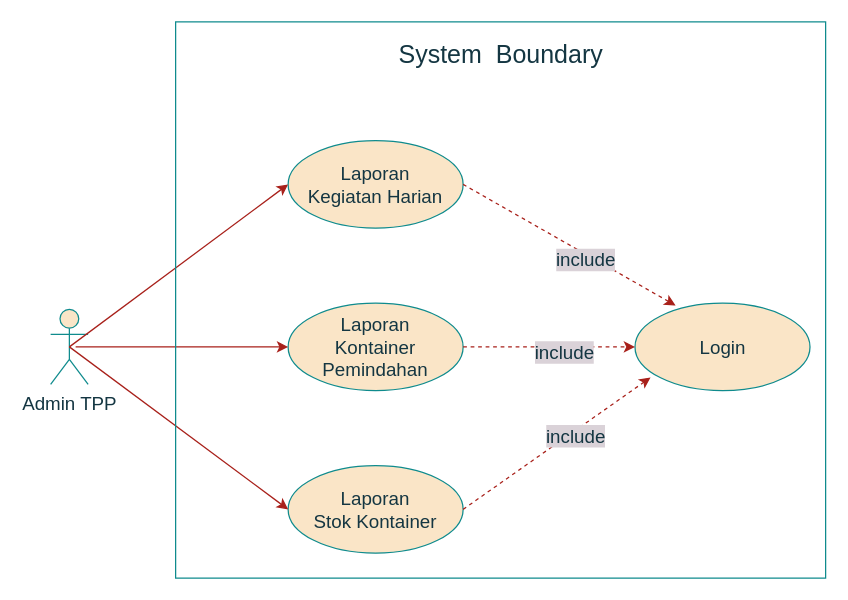
The draw.io diagram page "USE CASE Admin TPP Laporan" (3 of 4) of USE CASE.drawio in cuangshulhan/UML, before the edit. Source tidied: cells renumbered, new cells numbered last; positions are measured from the earlier drawing's top-left corner, leaving out a move shared by most shapes. Both pictures are drawn from the tidied source at 125%, with x=0, y=0 at pixel (50, 21).
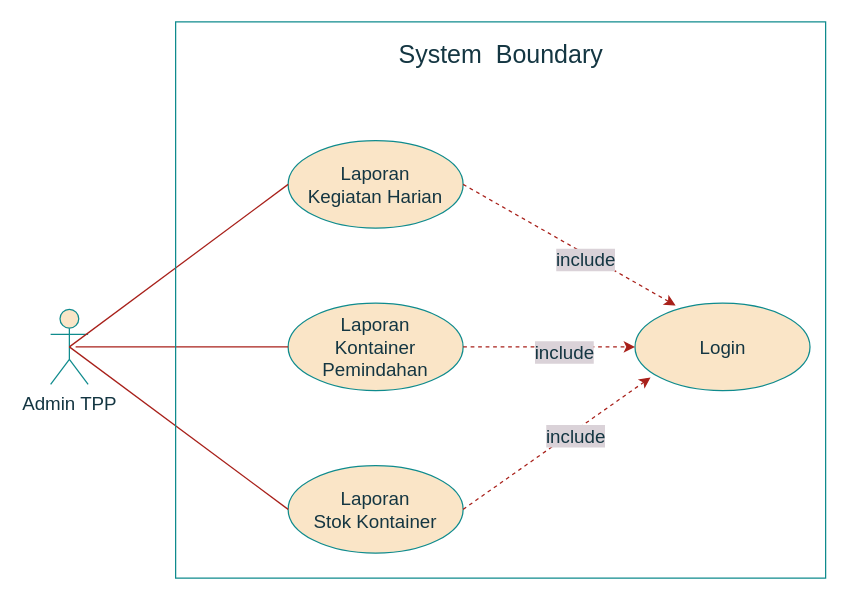
The same page after the edit.

Diff of the diagram source:
```diff
@@
 <mxGraphModel>
   <root>
     <mxCell id="0" />
     <mxCell id="1" parent="0" />
     <mxCell id="2" value="&lt;font style=&quot;font-size: 15px&quot;&gt;Admin TPP&lt;/font&gt;" style="shape=umlActor;verticalLabelPosition=bottom;verticalAlign=top;html=1;fillColor=#FAE5C7;strokeColor=#0F8B8D;fontColor=#143642;" parent="1" vertex="1">
       <mxGeometry y="230" width="30" height="60" as="geometry" />
     </mxCell>
     <mxCell id="3" value="&lt;div style=&quot;font-size: 15px&quot;&gt;&lt;font style=&quot;font-size: 15px&quot;&gt;Laporan&lt;/font&gt;&lt;/div&gt;&lt;div style=&quot;font-size: 15px&quot;&gt;&lt;font style=&quot;font-size: 15px&quot;&gt;Kontainer Pemindahan&lt;br&gt;&lt;/font&gt;&lt;/div&gt;" style="ellipse;whiteSpace=wrap;html=1;fillColor=#FAE5C7;strokeColor=#0F8B8D;fontColor=#143642;" parent="1" vertex="1">
       <mxGeometry x="190" y="225" width="140" height="70" as="geometry" />
     </mxCell>
     <mxCell id="4" value="&lt;font style=&quot;font-size: 15px&quot;&gt;Login&lt;/font&gt;" style="ellipse;whiteSpace=wrap;html=1;fillColor=#FAE5C7;strokeColor=#0F8B8D;fontColor=#143642;" parent="1" vertex="1">
       <mxGeometry x="467.5" y="225" width="140" height="70" as="geometry" />
     </mxCell>
     <mxCell id="5" value="&lt;div style=&quot;font-size: 15px&quot;&gt;&lt;font style=&quot;font-size: 15px&quot;&gt;Laporan&lt;/font&gt;&lt;/div&gt;&lt;div style=&quot;font-size: 15px&quot;&gt;&lt;font style=&quot;font-size: 15px&quot;&gt;Kegiatan Harian&lt;br&gt;&lt;/font&gt;&lt;/div&gt;" style="ellipse;whiteSpace=wrap;html=1;fillColor=#FAE5C7;strokeColor=#0F8B8D;fontColor=#143642;" parent="1" vertex="1">
       <mxGeometry x="190" y="95" width="140" height="70" as="geometry" />
     </mxCell>
     <mxCell id="6" value="&lt;div&gt;&lt;font style=&quot;font-size: 15px&quot;&gt;Laporan&lt;/font&gt;&lt;/div&gt;&lt;div&gt;&lt;font style=&quot;font-size: 15px&quot;&gt;Stok Kontainer&lt;br&gt;&lt;/font&gt;&lt;/div&gt;" style="ellipse;whiteSpace=wrap;html=1;fillColor=#FAE5C7;strokeColor=#0F8B8D;fontColor=#143642;" parent="1" vertex="1">
       <mxGeometry x="190" y="355" width="140" height="70" as="geometry" />
     </mxCell>
-    <mxCell id="7" style="endArrow=classic;html=1;entryX=0;entryY=0.5;entryDx=0;entryDy=0;strokeColor=#A8201A;fontColor=#143642;labelBackgroundColor=#DAD2D8;" parent="1" edge="1" target="3">
+    <mxCell id="7" style="endArrow=none;html=1;entryX=0;entryY=0.5;entryDx=0;entryDy=0;strokeColor=#A8201A;fontColor=#143642;labelBackgroundColor=#DAD2D8;endFill=0;" parent="1" edge="1" target="3">
       <mxGeometry relative="1" as="geometry">
         <mxPoint x="20" y="260" as="sourcePoint" />
       </mxGeometry>
     </mxCell>
-    <mxCell id="8" style="endArrow=classic;html=1;entryX=0;entryY=0.5;entryDx=0;entryDy=0;exitX=0.5;exitY=0.5;exitDx=0;exitDy=0;exitPerimeter=0;strokeColor=#A8201A;fontColor=#143642;labelBackgroundColor=#DAD2D8;" parent="1" edge="1" source="2" target="5">
+    <mxCell id="8" style="endArrow=none;html=1;entryX=0;entryY=0.5;entryDx=0;entryDy=0;exitX=0.5;exitY=0.5;exitDx=0;exitDy=0;exitPerimeter=0;strokeColor=#A8201A;fontColor=#143642;labelBackgroundColor=#DAD2D8;endFill=0;" parent="1" edge="1" source="2" target="5">
       <mxGeometry relative="1" as="geometry" />
     </mxCell>
-    <mxCell id="9" style="endArrow=classic;html=1;entryX=0;entryY=0.5;entryDx=0;entryDy=0;exitX=0.5;exitY=0.5;exitDx=0;exitDy=0;exitPerimeter=0;strokeColor=#A8201A;fontColor=#143642;labelBackgroundColor=#DAD2D8;" parent="1" edge="1" source="2" target="6">
+    <mxCell id="9" style="endArrow=none;html=1;entryX=0;entryY=0.5;entryDx=0;entryDy=0;exitX=0.5;exitY=0.5;exitDx=0;exitDy=0;exitPerimeter=0;strokeColor=#A8201A;fontColor=#143642;labelBackgroundColor=#DAD2D8;endFill=0;" parent="1" edge="1" source="2" target="6">
       <mxGeometry relative="1" as="geometry" />
     </mxCell>
     <mxCell id="10" style="endArrow=classic;html=1;rounded=1;dashed=1;entryX=0.232;entryY=0.027;entryDx=0;entryDy=0;entryPerimeter=0;strokeColor=#A8201A;fontColor=#143642;labelBackgroundColor=#DAD2D8;exitX=1;exitY=0.5;exitDx=0;exitDy=0;" parent="1" edge="1" source="5" target="4">
       <mxGeometry relative="1" as="geometry" />
     </mxCell>
     <mxCell id="11" value="&lt;font style=&quot;font-size: 15px&quot;&gt;include&lt;/font&gt;" style="edgeLabel;html=1;align=center;verticalAlign=middle;fontColor=#143642;labelBackgroundColor=#DAD2D8;" parent="10" vertex="1">
       <mxGeometry x="0.17" y="-3" relative="1" as="geometry" />
     </mxCell>
     <mxCell id="12" style="endArrow=classic;html=1;rounded=1;dashed=1;strokeColor=#A8201A;fontColor=#143642;labelBackgroundColor=#DAD2D8;exitX=1;exitY=0.5;exitDx=0;exitDy=0;" parent="1" edge="1" source="3" target="4">
       <mxGeometry relative="1" as="geometry" />
     </mxCell>
     <mxCell id="13" value="&lt;font style=&quot;font-size: 15px&quot;&gt;include&lt;/font&gt;" style="edgeLabel;html=1;align=center;verticalAlign=middle;fontColor=#143642;labelBackgroundColor=#DAD2D8;" parent="12" vertex="1">
       <mxGeometry x="0.17" y="-3" relative="1" as="geometry" />
     </mxCell>
     <mxCell id="14" style="endArrow=classic;html=1;rounded=1;dashed=1;entryX=0.089;entryY=0.85;entryDx=0;entryDy=0;entryPerimeter=0;strokeColor=#A8201A;fontColor=#143642;labelBackgroundColor=#DAD2D8;exitX=1;exitY=0.5;exitDx=0;exitDy=0;" parent="1" edge="1" source="6" target="4">
       <mxGeometry relative="1" as="geometry" />
     </mxCell>
     <mxCell id="15" value="&lt;font style=&quot;font-size: 15px&quot;&gt;include&lt;/font&gt;" style="edgeLabel;html=1;align=center;verticalAlign=middle;fontColor=#143642;labelBackgroundColor=#DAD2D8;" parent="14" vertex="1">
       <mxGeometry x="0.17" y="-3" relative="1" as="geometry" />
     </mxCell>
     <mxCell id="16" style="rounded=0;whiteSpace=wrap;html=1;fillColor=none;strokeColor=#0F8B8D;fontColor=#143642;" parent="1" vertex="1">
       <mxGeometry x="100" width="520" height="445" as="geometry" />
     </mxCell>
     <mxCell id="17" value="&lt;font style=&quot;font-size: 20px&quot;&gt;System&amp;nbsp; Boundary&lt;/font&gt;" style="text;html=1;strokeColor=none;fillColor=none;align=center;verticalAlign=middle;whiteSpace=wrap;rounded=0;fontColor=#143642;" parent="1" vertex="1">
       <mxGeometry x="252.5" y="10" width="215" height="30" as="geometry" />
     </mxCell>
   </root>
 </mxGraphModel>
```
